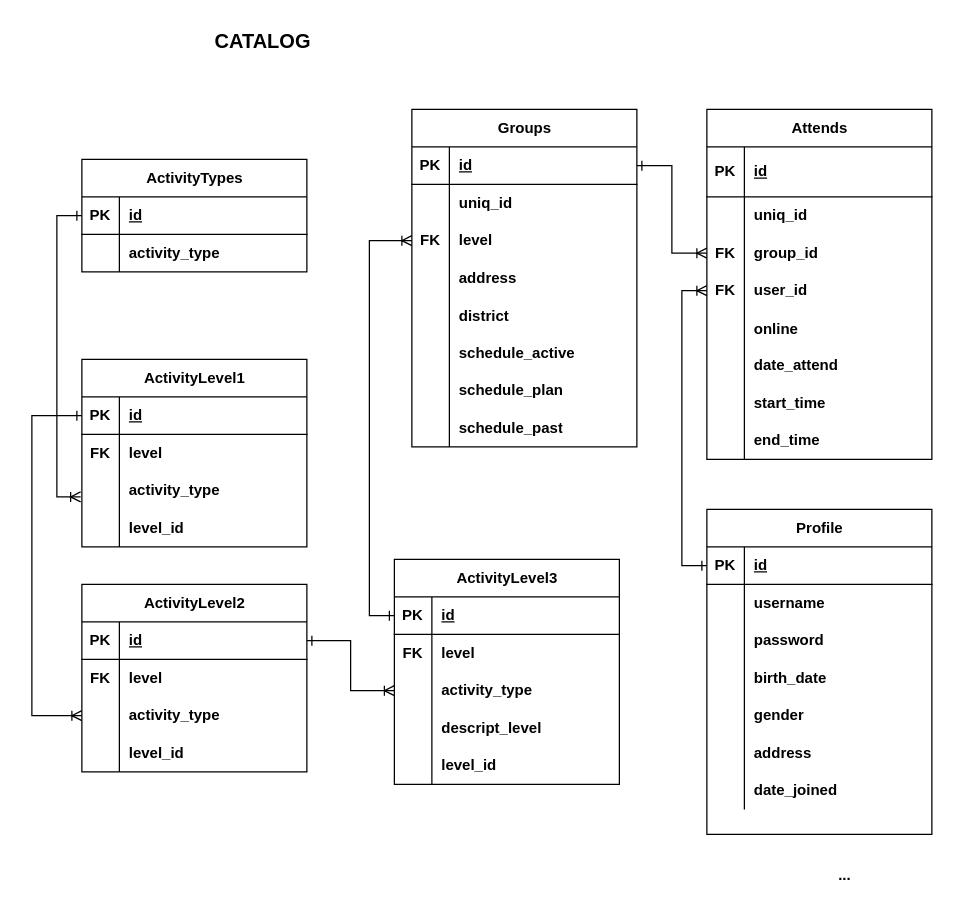
Above: ER/catalog.drawio in OlgaTora/Recommendation_project (draw.io), before the change. Source tidied: cells renumbered, new cells numbered last; positions are measured from the earlier drawing's top-left corner, leaving out a move shared by most shapes. Both pictures are drawn from the tidied source at 125%, with x=0, y=0 at pixel (31, 21).
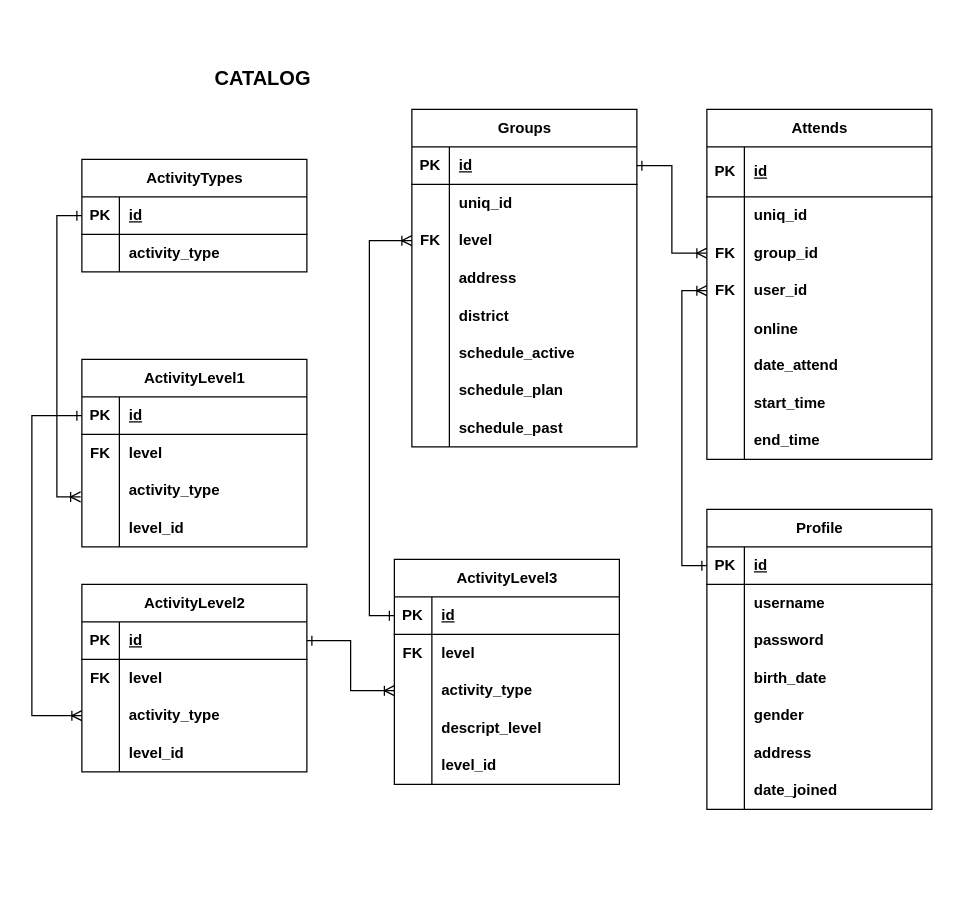
After the change.

Diff of the diagram source:
```diff
@@
     <mxCell id="50" value="&lt;b&gt;&lt;font style=&quot;font-size: 16px;&quot;&gt;CATALOG&lt;/font&gt;&lt;/b&gt;" style="text;html=1;strokeColor=none;fillColor=none;align=center;verticalAlign=middle;whiteSpace=wrap;rounded=0;" parent="1" vertex="1">
-      <mxGeometry x="80" width="210" height="30" as="geometry" />
+      <mxGeometry x="80" y="30" width="210" height="30" as="geometry" />
     </mxCell>
@@
     <mxCell id="110" value="&lt;div style=&quot;border-color: var(--border-color);&quot;&gt;Profile&lt;/div&gt;" style="shape=table;startSize=30;childLayout=tableLayout;rowLines=0;fontStyle=1;align=center;html=1;fontFamily=Helvetica;" parent="1" vertex="1">
-      <mxGeometry x="540" y="390" width="180" height="260" as="geometry" />
+      <mxGeometry x="540" y="390" width="180" height="240" as="geometry" />
     </mxCell>
@@
-    <mxCell id="132" value="&lt;b&gt;...&lt;/b&gt;" style="text;html=1;align=center;verticalAlign=middle;strokeColor=none;fillColor=none;" parent="1" vertex="1">
-      <mxGeometry x="635" y="668" width="30" height="30" as="geometry" />
-    </mxCell>
```
